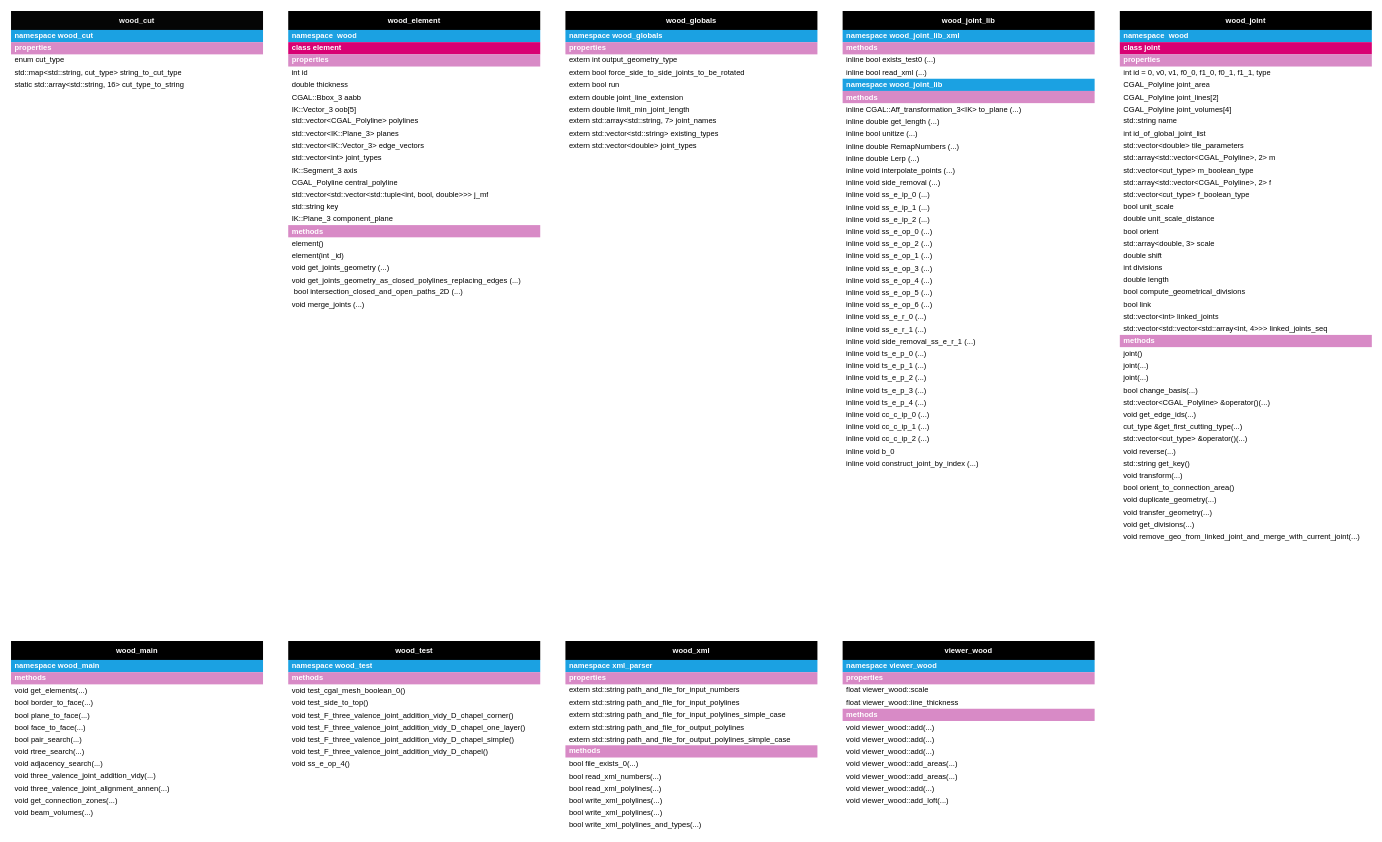
Above: backend/src/temp/structure/structure.drawio in petrasvestartas/compas_wood (draw.io), before the change. Source tidied: cells renumbered, new cells numbered last; positions are measured from the earlier drawing's top-left corner, leaving out a move shared by most shapes. Both pictures are drawn from the tidied source at 63%, with x=0, y=0 at pixel (11, 11).
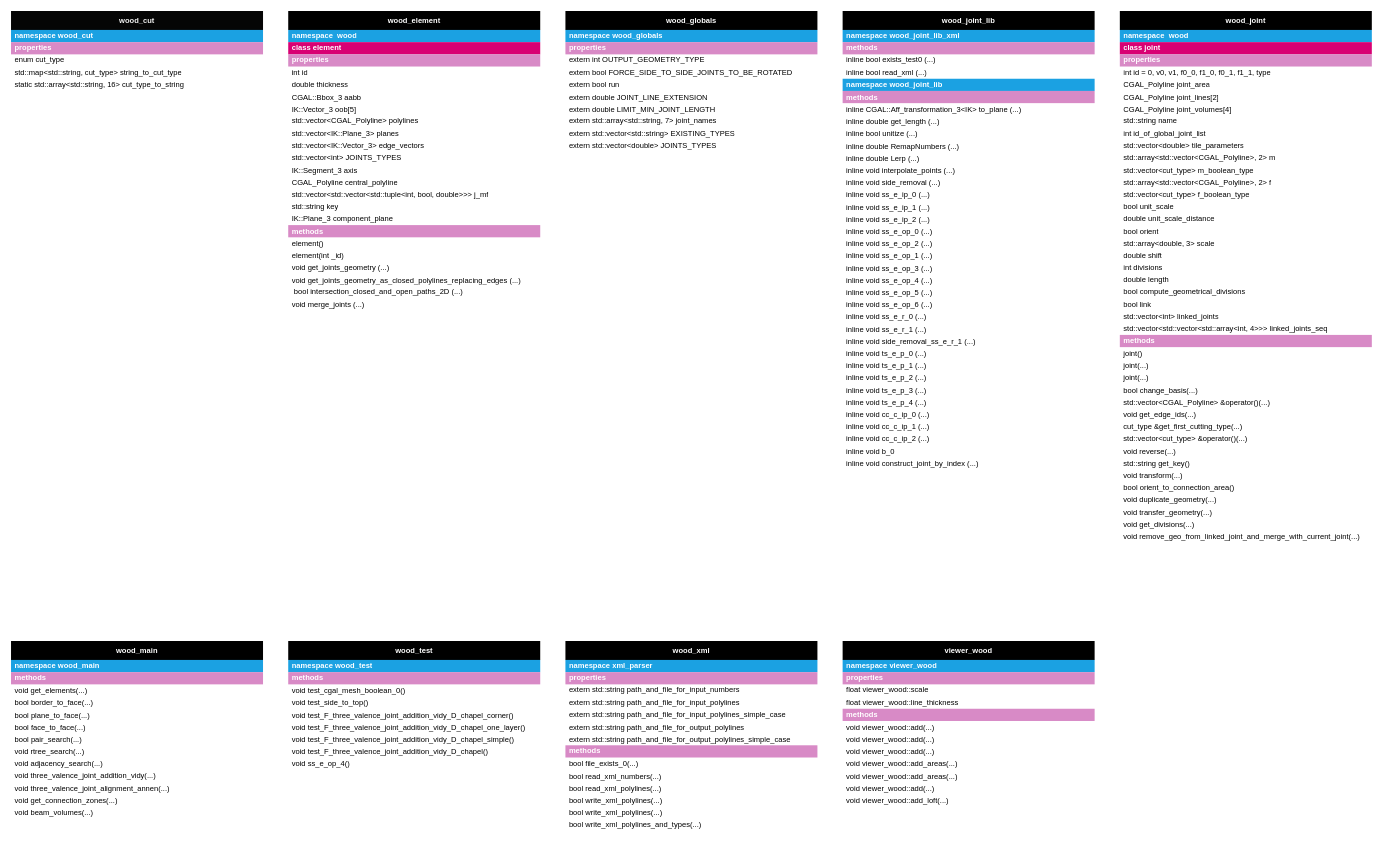
After the change.

Unchanged cells that the change refers to:
```xml
<mxCell id="8" value="wood_element" style="swimlane;fontStyle=1;horizontal=1;startSize=30;swimlaneLine=1;rounded=0;shadow=0;sketch=0;glass=0;fontColor=#FFFFFF;fillColor=#000000;strokeColor=none;" parent="1" vertex="1">
  <mxGeometry x="440" width="400" height="475.3" as="geometry" />
</mxCell>
<mxCell id="32" value="wood_globals" style="swimlane;fontStyle=1;horizontal=1;startSize=30;swimlaneLine=1;rounded=0;shadow=0;sketch=0;glass=0;fontColor=#FFFFFF;fillColor=#000000;strokeColor=none;" parent="1" vertex="1">
  <mxGeometry x="880" width="400" height="223.6" as="geometry" />
</mxCell>
```

Diff of the diagram source:
```diff
@@
-    <mxCell id="19" value="std::vector&lt;int&gt; joint_types" style="text;strokeColor=none;fillColor=none;align=left;verticalAlign=middle;spacingLeft=4;spacingRight=4;overflow=hidden;whiteSpace=wrap;" parent="8" vertex="1">
+    <mxCell id="19" value="std::vector&lt;int&gt; JOINTS_TYPES" style="text;strokeColor=none;fillColor=none;align=left;verticalAlign=middle;spacingLeft=4;spacingRight=4;overflow=hidden;whiteSpace=wrap;" parent="8" vertex="1">
       <mxGeometry y="223.6" width="400" height="19.4" as="geometry" />
     </mxCell>
@@
-    <mxCell id="35" value="extern int output_geometry_type" style="text;strokeColor=none;fillColor=none;align=left;verticalAlign=middle;spacingLeft=4;spacingRight=4;overflow=hidden;fontColor=default;whiteSpace=wrap;" parent="32" vertex="1">
+    <mxCell id="35" value="extern int OUTPUT_GEOMETRY_TYPE" style="text;strokeColor=none;fillColor=none;align=left;verticalAlign=middle;spacingLeft=4;spacingRight=4;overflow=hidden;fontColor=default;whiteSpace=wrap;" parent="32" vertex="1">
       <mxGeometry y="68.7" width="400" height="19.4" as="geometry" />
     </mxCell>
-    <mxCell id="36" value="extern bool force_side_to_side_joints_to_be_rotated" style="text;strokeColor=none;fillColor=none;align=left;verticalAlign=middle;spacingLeft=4;spacingRight=4;overflow=hidden;fontColor=default;whiteSpace=wrap;" parent="32" vertex="1">
+    <mxCell id="36" value="extern bool FORCE_SIDE_TO_SIDE_JOINTS_TO_BE_ROTATED" style="text;strokeColor=none;fillColor=none;align=left;verticalAlign=middle;spacingLeft=4;spacingRight=4;overflow=hidden;fontColor=default;whiteSpace=wrap;" parent="32" vertex="1">
       <mxGeometry y="88.1" width="400" height="19.4" as="geometry" />
     </mxCell>
@@
-    <mxCell id="38" value="extern double joint_line_extension" style="text;strokeColor=none;fillColor=none;align=left;verticalAlign=middle;spacingLeft=4;spacingRight=4;overflow=hidden;fontColor=default;whiteSpace=wrap;" parent="32" vertex="1">
+    <mxCell id="38" value="extern double JOINT_LINE_EXTENSION" style="text;strokeColor=none;fillColor=none;align=left;verticalAlign=middle;spacingLeft=4;spacingRight=4;overflow=hidden;fontColor=default;whiteSpace=wrap;" parent="32" vertex="1">
       <mxGeometry y="126.8" width="400" height="19.4" as="geometry" />
     </mxCell>
-    <mxCell id="39" value="extern double limit_min_joint_length" style="text;strokeColor=none;fillColor=none;align=left;verticalAlign=middle;spacingLeft=4;spacingRight=4;overflow=hidden;fontColor=default;whiteSpace=wrap;" parent="32" vertex="1">
+    <mxCell id="39" value="extern double LIMIT_MIN_JOINT_LENGTH" style="text;strokeColor=none;fillColor=none;align=left;verticalAlign=middle;spacingLeft=4;spacingRight=4;overflow=hidden;fontColor=default;whiteSpace=wrap;" parent="32" vertex="1">
       <mxGeometry y="146.2" width="400" height="19.4" as="geometry" />
     </mxCell>
@@
-    <mxCell id="41" value="extern std::vector&lt;std::string&gt; existing_types" style="text;strokeColor=none;fillColor=none;align=left;verticalAlign=middle;spacingLeft=4;spacingRight=4;overflow=hidden;fontColor=default;whiteSpace=wrap;" parent="32" vertex="1">
+    <mxCell id="41" value="extern std::vector&lt;std::string&gt; EXISTING_TYPES" style="text;strokeColor=none;fillColor=none;align=left;verticalAlign=middle;spacingLeft=4;spacingRight=4;overflow=hidden;fontColor=default;whiteSpace=wrap;" parent="32" vertex="1">
       <mxGeometry y="184.9" width="400" height="19.4" as="geometry" />
     </mxCell>
-    <mxCell id="42" value="extern std::vector&lt;double&gt; joint_types" style="text;strokeColor=none;fillColor=none;align=left;verticalAlign=middle;spacingLeft=4;spacingRight=4;overflow=hidden;fontColor=default;whiteSpace=wrap;" parent="32" vertex="1">
+    <mxCell id="42" value="extern std::vector&lt;double&gt; JOINTS_TYPES" style="text;strokeColor=none;fillColor=none;align=left;verticalAlign=middle;spacingLeft=4;spacingRight=4;overflow=hidden;fontColor=default;whiteSpace=wrap;" parent="32" vertex="1">
       <mxGeometry y="204.3" width="400" height="19.4" as="geometry" />
     </mxCell>
```
